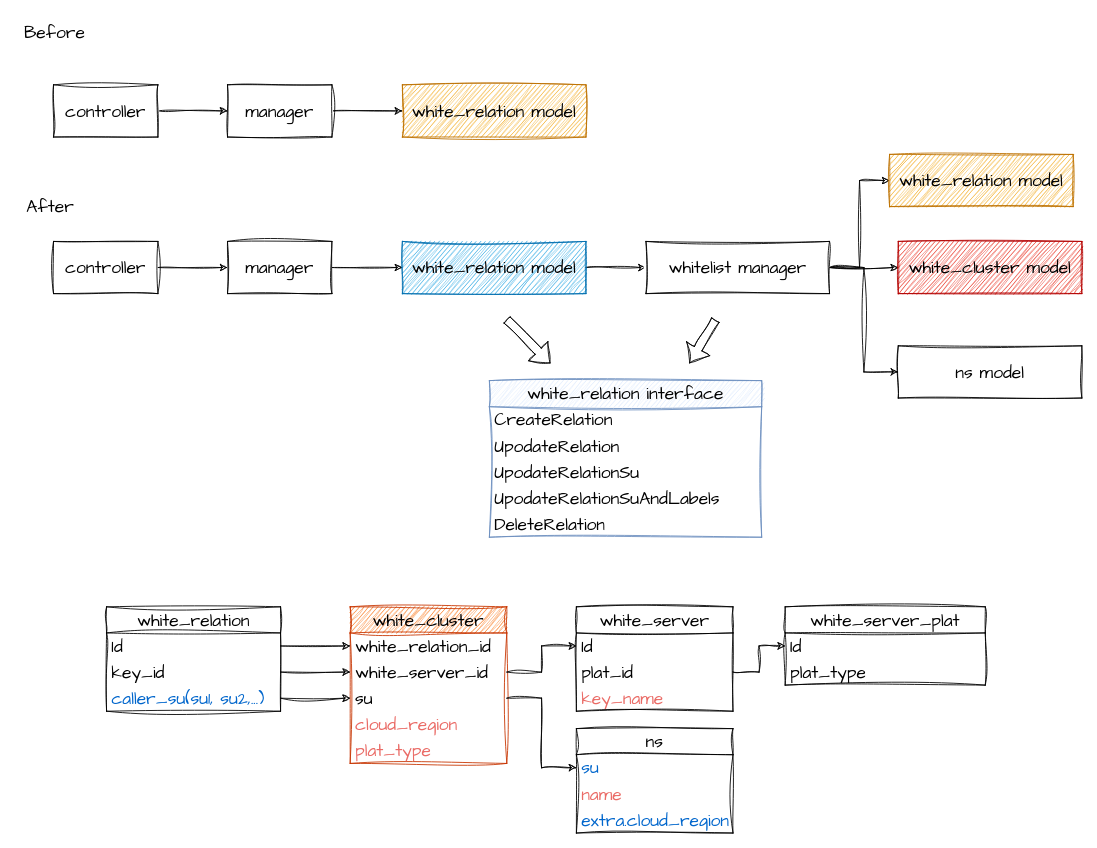
Earlier version of the draw.io diagram page "白名单优化" (4 of 4) of wtree.drawio (yubo/draw). Source tidied: cells renumbered, new cells numbered last; positions are measured from the earlier drawing's top-left corner, leaving out a move shared by most shapes. Both pictures are drawn from the tidied source at 87%, with x=0, y=0 at pixel (15, 15).
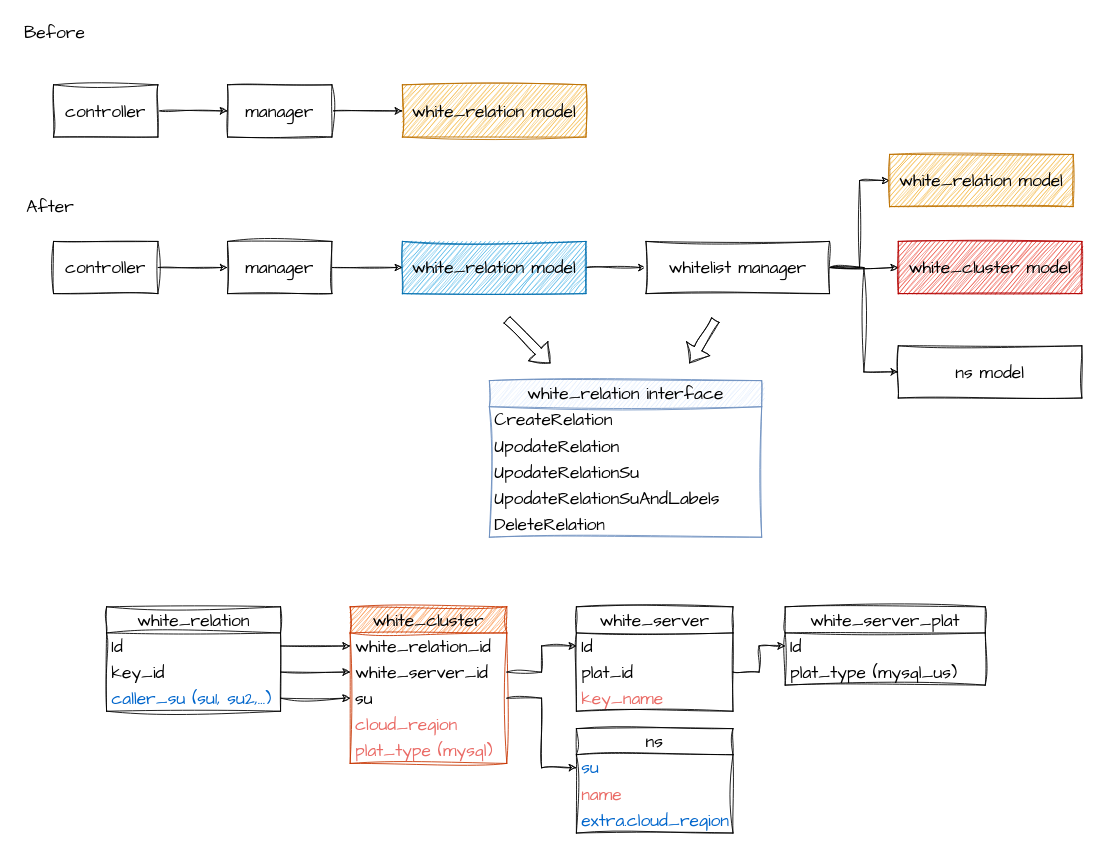
The same diagram, later.

The change refers to these unchanged cells:
```xml
<mxCell id="2" value="white_relation" style="swimlane;fontStyle=0;horizontal=1;startSize=30;whiteSpace=wrap;html=1;sketch=1;hachureGap=4;jiggle=2;curveFitting=1;fontFamily=Architects Daughter;fontSize=20;" parent="1" vertex="1">
  <mxGeometry x="105" y="680" width="200" height="120" as="geometry" />
</mxCell>
<mxCell id="6" value="white_cluster" style="swimlane;fontStyle=0;horizontal=1;startSize=30;whiteSpace=wrap;html=1;sketch=1;hachureGap=4;jiggle=2;curveFitting=1;fontFamily=Architects Daughter;fontSize=20;fillColor=#fa6800;fontColor=#000000;strokeColor=#C73500;" parent="1" vertex="1">
  <mxGeometry x="385" y="680" width="180" height="180" as="geometry" />
</mxCell>
<mxCell id="16" value="white_server_plat" style="swimlane;fontStyle=0;horizontal=1;startSize=30;whiteSpace=wrap;html=1;sketch=1;hachureGap=4;jiggle=2;curveFitting=1;fontFamily=Architects Daughter;fontSize=20;" parent="1" vertex="1">
  <mxGeometry x="885" y="680" width="230" height="90" as="geometry" />
</mxCell>
```

Diff of the diagram source:
```diff
@@
-    <mxCell id="5" value="&lt;font color=&quot;#0066cc&quot;&gt;caller_su(su1, su2,...)&lt;/font&gt;" style="text;strokeColor=none;fillColor=none;align=left;verticalAlign=middle;spacingLeft=4;spacingRight=4;overflow=hidden;points=[[0,0.5],[1,0.5]];portConstraint=eastwest;whiteSpace=wrap;html=1;fontSize=20;fontFamily=Architects Daughter;" parent="2" vertex="1">
+    <mxCell id="5" value="&lt;font color=&quot;#0066cc&quot;&gt;caller_su (su1, su2,...)&lt;/font&gt;" style="text;strokeColor=none;fillColor=none;align=left;verticalAlign=middle;spacingLeft=4;spacingRight=4;overflow=hidden;points=[[0,0.5],[1,0.5]];portConstraint=eastwest;whiteSpace=wrap;html=1;fontSize=20;fontFamily=Architects Daughter;" parent="2" vertex="1">
       <mxGeometry y="90" width="200" height="30" as="geometry" />
     </mxCell>
@@
-    <mxCell id="11" value="&lt;font color=&quot;#ea6b66&quot;&gt;plat_type&lt;/font&gt;" style="text;strokeColor=none;fillColor=none;align=left;verticalAlign=middle;spacingLeft=4;spacingRight=4;overflow=hidden;whiteSpace=wrap;html=1;fontSize=20;fontFamily=Architects Daughter;" parent="6" vertex="1">
+    <mxCell id="11" value="&lt;font color=&quot;#ea6b66&quot;&gt;plat_type (mysql)&lt;/font&gt;" style="text;strokeColor=none;fillColor=none;align=left;verticalAlign=middle;spacingLeft=4;spacingRight=4;overflow=hidden;whiteSpace=wrap;html=1;fontSize=20;fontFamily=Architects Daughter;" parent="6" vertex="1">
       <mxGeometry y="150" width="180" height="30" as="geometry" />
     </mxCell>
@@
-    <mxCell id="18" value="plat_type" style="text;strokeColor=none;fillColor=none;align=left;verticalAlign=middle;spacingLeft=4;spacingRight=4;overflow=hidden;whiteSpace=wrap;html=1;fontSize=20;fontFamily=Architects Daughter;" parent="16" vertex="1">
+    <mxCell id="18" value="plat_type (mysql_us)" style="text;strokeColor=none;fillColor=none;align=left;verticalAlign=middle;spacingLeft=4;spacingRight=4;overflow=hidden;whiteSpace=wrap;html=1;fontSize=20;fontFamily=Architects Daughter;" parent="16" vertex="1">
       <mxGeometry y="60" width="230" height="30" as="geometry" />
     </mxCell>
```
